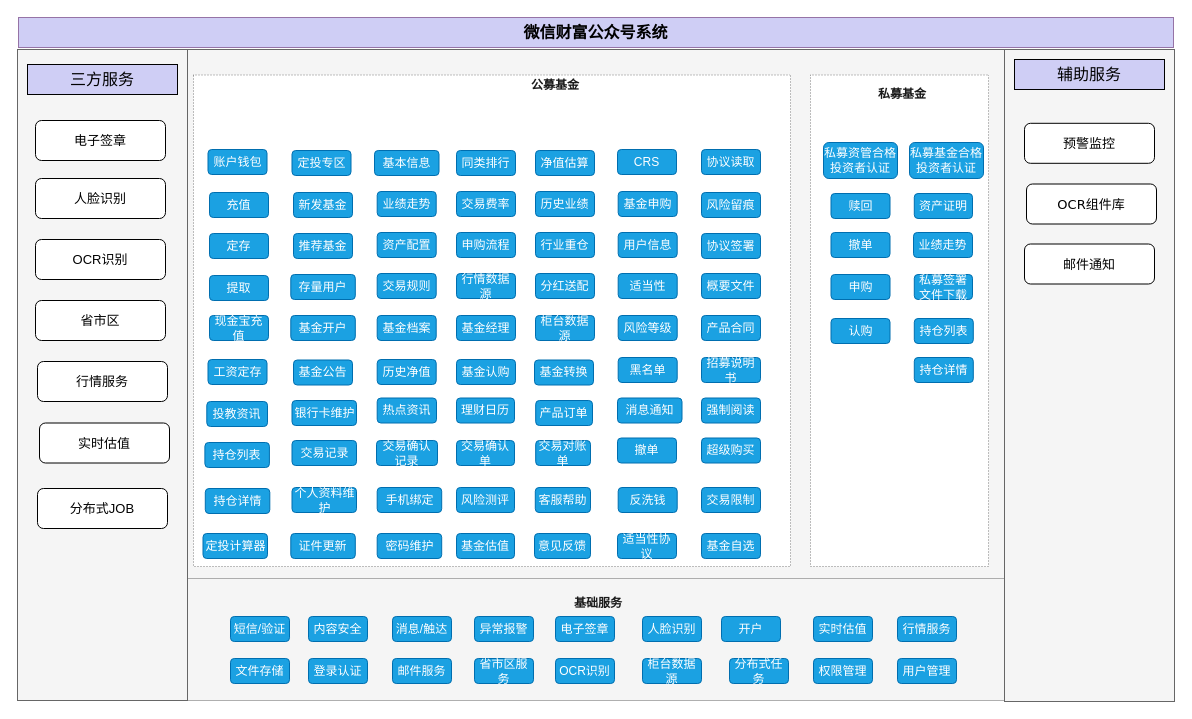
ammengke/my-drawio keeps this draw.io diagram as 微信财富公众号系统-业务架构.drawio. Above is the earlier version. Source tidied: cells renumbered, new cells numbered last; positions are measured from the earlier drawing's top-left corner, leaving out a move shared by most shapes. Both pictures are drawn from the tidied source at 100%, with x=0, y=0 at pixel (17, 17).
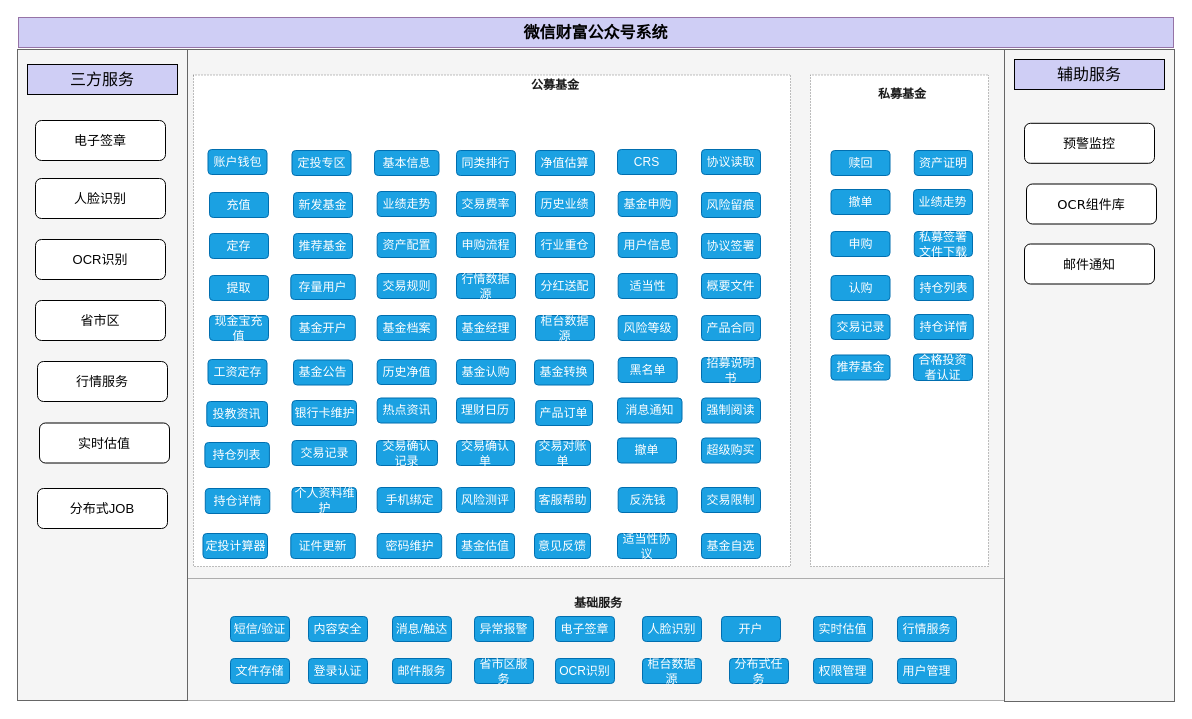
After the change.

Commit message (it also covers changes not shown here):
更新微信财富公众号系统-业务架构.drawio

Change to the diagram source:
```diff
@@
-    <mxCell id="22" value="私募资管合格投资者认证" style="text;html=1;strokeColor=#006EAF;fillColor=#1ba1e2;align=center;verticalAlign=middle;whiteSpace=wrap;rounded=1;fontColor=#ffffff;" parent="1" vertex="1">
-      <mxGeometry x="806" y="125" width="74" height="36" as="geometry" />
-    </mxCell>
@@
     <mxCell id="24" value="认购" style="text;html=1;strokeColor=#006EAF;fillColor=#1ba1e2;align=center;verticalAlign=middle;whiteSpace=wrap;rounded=1;fontColor=#ffffff;" parent="1" vertex="1">
-      <mxGeometry x="813.5" y="301" width="59" height="25" as="geometry" />
+      <mxGeometry x="813.5" y="258" width="59" height="25" as="geometry" />
     </mxCell>
     <mxCell id="25" value="申购" style="text;html=1;strokeColor=#006EAF;fillColor=#1ba1e2;align=center;verticalAlign=middle;whiteSpace=wrap;rounded=1;fontColor=#ffffff;" parent="1" vertex="1">
-      <mxGeometry x="813.5" y="257" width="59" height="25" as="geometry" />
+      <mxGeometry x="813.5" y="214" width="59" height="25" as="geometry" />
     </mxCell>
     <mxCell id="26" value="业绩走势" style="text;html=1;strokeColor=#006EAF;fillColor=#1ba1e2;align=center;verticalAlign=middle;whiteSpace=wrap;rounded=1;fontColor=#ffffff;" parent="1" vertex="1">
-      <mxGeometry x="896" y="215" width="59" height="25" as="geometry" />
+      <mxGeometry x="896" y="172" width="59" height="25" as="geometry" />
     </mxCell>
     <mxCell id="27" value="赎回" style="text;html=1;strokeColor=#006EAF;fillColor=#1ba1e2;align=center;verticalAlign=middle;whiteSpace=wrap;rounded=1;fontColor=#ffffff;" parent="1" vertex="1">
-      <mxGeometry x="813.5" y="176" width="59" height="25" as="geometry" />
+      <mxGeometry x="813.5" y="133" width="59" height="25" as="geometry" />
     </mxCell>
     <mxCell id="28" value="撤单" style="text;html=1;strokeColor=#006EAF;fillColor=#1ba1e2;align=center;verticalAlign=middle;whiteSpace=wrap;rounded=1;fontColor=#ffffff;" parent="1" vertex="1">
-      <mxGeometry x="813.5" y="215" width="59" height="25" as="geometry" />
+      <mxGeometry x="813.5" y="172" width="59" height="25" as="geometry" />
     </mxCell>
@@
-    <mxCell id="96" value="私募基金合格投资者认证" style="text;html=1;strokeColor=#006EAF;fillColor=#1ba1e2;align=center;verticalAlign=middle;whiteSpace=wrap;rounded=1;fontColor=#ffffff;" parent="1" vertex="1">
-      <mxGeometry x="892" y="125" width="74" height="36" as="geometry" />
+    <mxCell id="96" value="合格投资者认证" style="text;html=1;strokeColor=#006EAF;fillColor=#1ba1e2;align=center;verticalAlign=middle;whiteSpace=wrap;rounded=1;fontColor=#ffffff;" parent="1" vertex="1">
+      <mxGeometry x="896" y="336.5" width="59" height="26.5" as="geometry" />
     </mxCell>
@@
     <mxCell id="104" value="私募签署文件下载" style="text;html=1;strokeColor=#006EAF;fillColor=#1ba1e2;align=center;verticalAlign=middle;whiteSpace=wrap;rounded=1;fontColor=#ffffff;" parent="1" vertex="1">
-      <mxGeometry x="896.8" y="257" width="58.2" height="25" as="geometry" />
+      <mxGeometry x="896.8" y="214" width="58.2" height="25" as="geometry" />
     </mxCell>
@@
     <mxCell id="112" value="资产证明" style="text;html=1;strokeColor=#006EAF;fillColor=#1ba1e2;align=center;verticalAlign=middle;whiteSpace=wrap;rounded=1;fontColor=#ffffff;" parent="1" vertex="1">
-      <mxGeometry x="896.8" y="176" width="58.2" height="25" as="geometry" />
+      <mxGeometry x="896.8" y="133" width="58.2" height="25" as="geometry" />
     </mxCell>
@@
     <mxCell id="120" value="持仓列表" style="text;html=1;strokeColor=#006EAF;fillColor=#1ba1e2;align=center;verticalAlign=middle;whiteSpace=wrap;rounded=1;fontColor=#ffffff;" parent="1" vertex="1">
-      <mxGeometry x="896.8" y="301" width="59" height="25" as="geometry" />
+      <mxGeometry x="896.8" y="258" width="59" height="25" as="geometry" />
     </mxCell>
     <mxCell id="121" value="持仓详情" style="text;html=1;strokeColor=#006EAF;fillColor=#1ba1e2;align=center;verticalAlign=middle;whiteSpace=wrap;rounded=1;fontColor=#ffffff;" parent="1" vertex="1">
-      <mxGeometry x="896.8" y="340" width="59" height="25" as="geometry" />
+      <mxGeometry x="896.8" y="297" width="59" height="25" as="geometry" />
     </mxCell>
@@
+    <mxCell id="123" value="交易记录" style="text;html=1;strokeColor=#006EAF;fillColor=#1ba1e2;align=center;verticalAlign=middle;whiteSpace=wrap;rounded=1;fontColor=#ffffff;" parent="1" vertex="1">
+      <mxGeometry x="813.5" y="297" width="59" height="25" as="geometry" />
+    </mxCell>
+    <mxCell id="124" value="推荐基金" style="text;html=1;strokeColor=#006EAF;fillColor=#1ba1e2;align=center;verticalAlign=middle;whiteSpace=wrap;rounded=1;fontColor=#ffffff;" parent="1" vertex="1">
+      <mxGeometry x="813.5" y="337.5" width="59" height="25" as="geometry" />
+    </mxCell>
```
